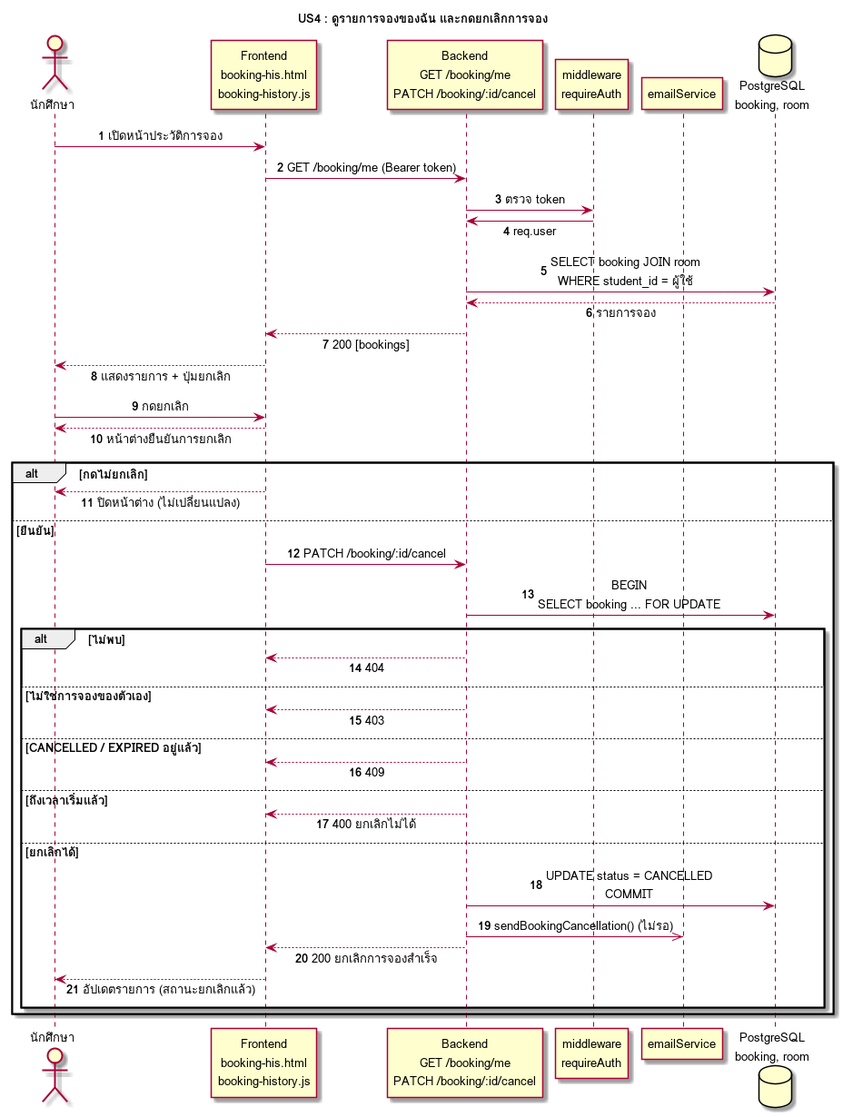
Earlier version of the PlantUML export docs/design/sequence/US4-cancel.png (niairi/cs261_650001_group8). Its source is kept beside it as docs/design/sequence/US4-cancel.puml. Source of this version:
```plantuml
@startuml
skinparam defaultFontName Loma
skinparam defaultFontSize 13
skinparam sequenceMessageAlign center
skinparam responseMessageBelowArrow true
autonumber
title US4 : ดูรายการจองของฉัน และกดยกเลิกการจอง
actor "นักศึกษา" as U
participant "Frontend\nbooking-his.html\nbooking-history.js" as FE
participant "Backend\nGET /booking/me\nPATCH /booking/:id/cancel" as R
participant "middleware\nrequireAuth" as A
participant "emailService" as E
database "PostgreSQL\nbooking, room" as DB

U -> FE : เปิดหน้าประวัติการจอง
FE -> R : GET /booking/me (Bearer token)
R -> A : ตรวจ token
A -> R : req.user
R -> DB : SELECT booking JOIN room\nWHERE student_id = ผู้ใช้
DB --> R : รายการจอง
R --> FE : 200 [bookings]
FE --> U : แสดงรายการ + ปุ่มยกเลิก
U -> FE : กดยกเลิก
FE --> U : หน้าต่างยืนยันการยกเลิก
alt กดไม่ยกเลิก
  FE --> U : ปิดหน้าต่าง (ไม่เปลี่ยนแปลง)
else ยืนยัน
  FE -> R : PATCH /booking/:id/cancel
  R -> DB : BEGIN\nSELECT booking ... FOR UPDATE
  alt ไม่พบ
    R --> FE : 404
  else ไม่ใช่การจองของตัวเอง
    R --> FE : 403
  else CANCELLED / EXPIRED อยู่แล้ว
    R --> FE : 409
  else ถึงเวลาเริ่มแล้ว
    R --> FE : 400 ยกเลิกไม่ได้
  else ยกเลิกได้
    R -> DB : UPDATE status = CANCELLED\nCOMMIT
    R ->> E : sendBookingCancellation() (ไม่รอ)
    R --> FE : 200 ยกเลิกการจองสำเร็จ
    FE --> U : อัปเดตรายการ (สถานะยกเลิกแล้ว)
  end
end
@enduml
```
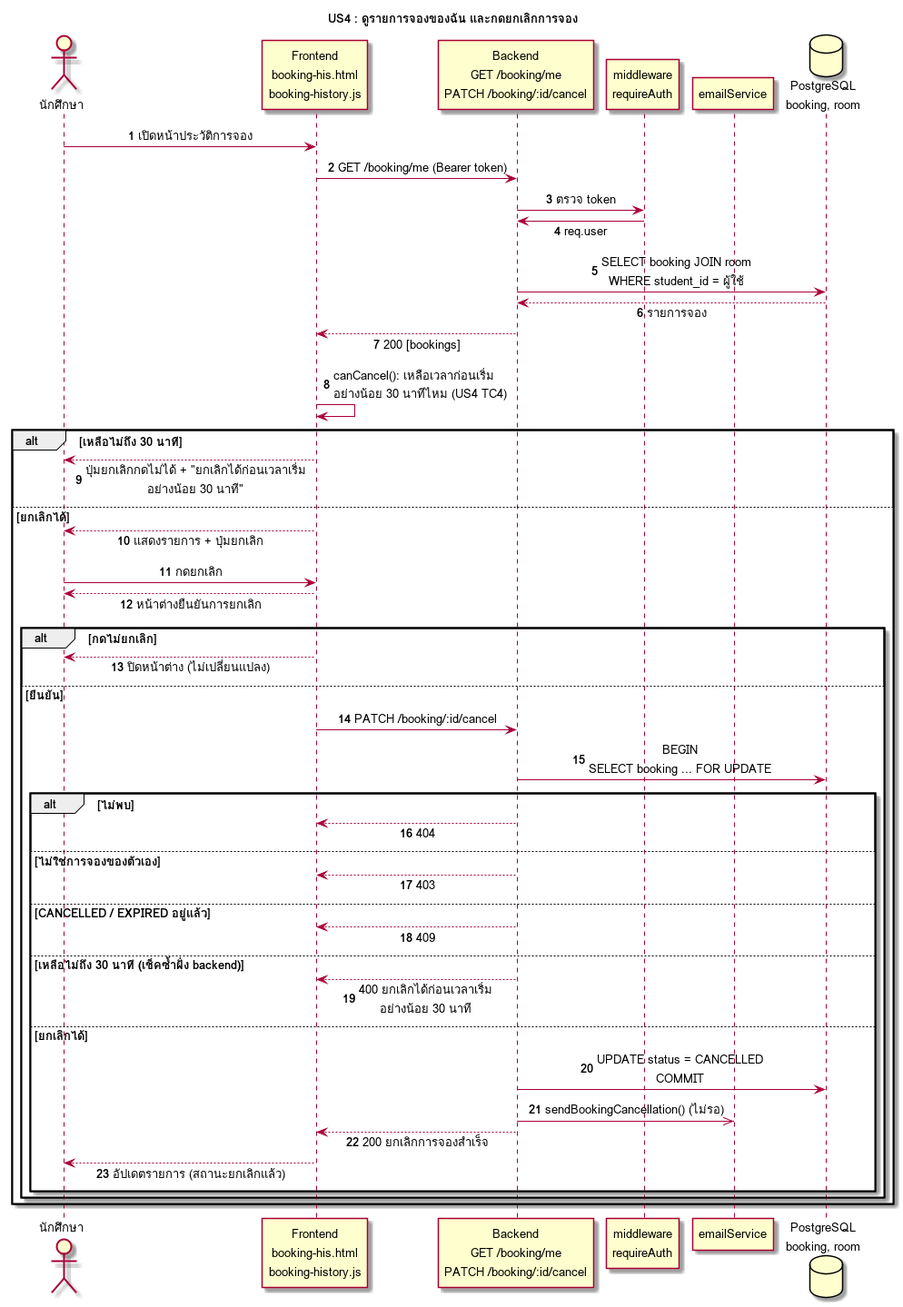
Above is the later version.

Change to the diagram source:
```diff
@@ -19,6 +19,10 @@
 R -> DB : SELECT booking JOIN room\nWHERE student_id = ผู้ใช้
 DB --> R : รายการจอง
 R --> FE : 200 [bookings]
+FE -> FE : canCancel(): เหลือเวลาก่อนเริ่ม\nอย่างน้อย 30 นาทีไหม (US4 TC4)
+alt เหลือไม่ถึง 30 นาที
+  FE --> U : ปุ่มยกเลิกกดไม่ได้ + "ยกเลิกได้ก่อนเวลาเริ่ม\nอย่างน้อย 30 นาที"
+else ยกเลิกได้
 FE --> U : แสดงรายการ + ปุ่มยกเลิก
 U -> FE : กดยกเลิก
 FE --> U : หน้าต่างยืนยันการยกเลิก
@@ -33,8 +37,8 @@
     R --> FE : 403
   else CANCELLED / EXPIRED อยู่แล้ว
     R --> FE : 409
-  else ถึงเวลาเริ่มแล้ว
-    R --> FE : 400 ยกเลิกไม่ได้
+  else เหลือไม่ถึง 30 นาที (เช็คซ้ำฝั่ง backend)
+    R --> FE : 400 ยกเลิกได้ก่อนเวลาเริ่ม\nอย่างน้อย 30 นาที
   else ยกเลิกได้
     R -> DB : UPDATE status = CANCELLED\nCOMMIT
     R ->> E : sendBookingCancellation() (ไม่รอ)
@@ -42,4 +46,5 @@
     FE --> U : อัปเดตรายการ (สถานะยกเลิกแล้ว)
   end
 end
+end
 @enduml
```
